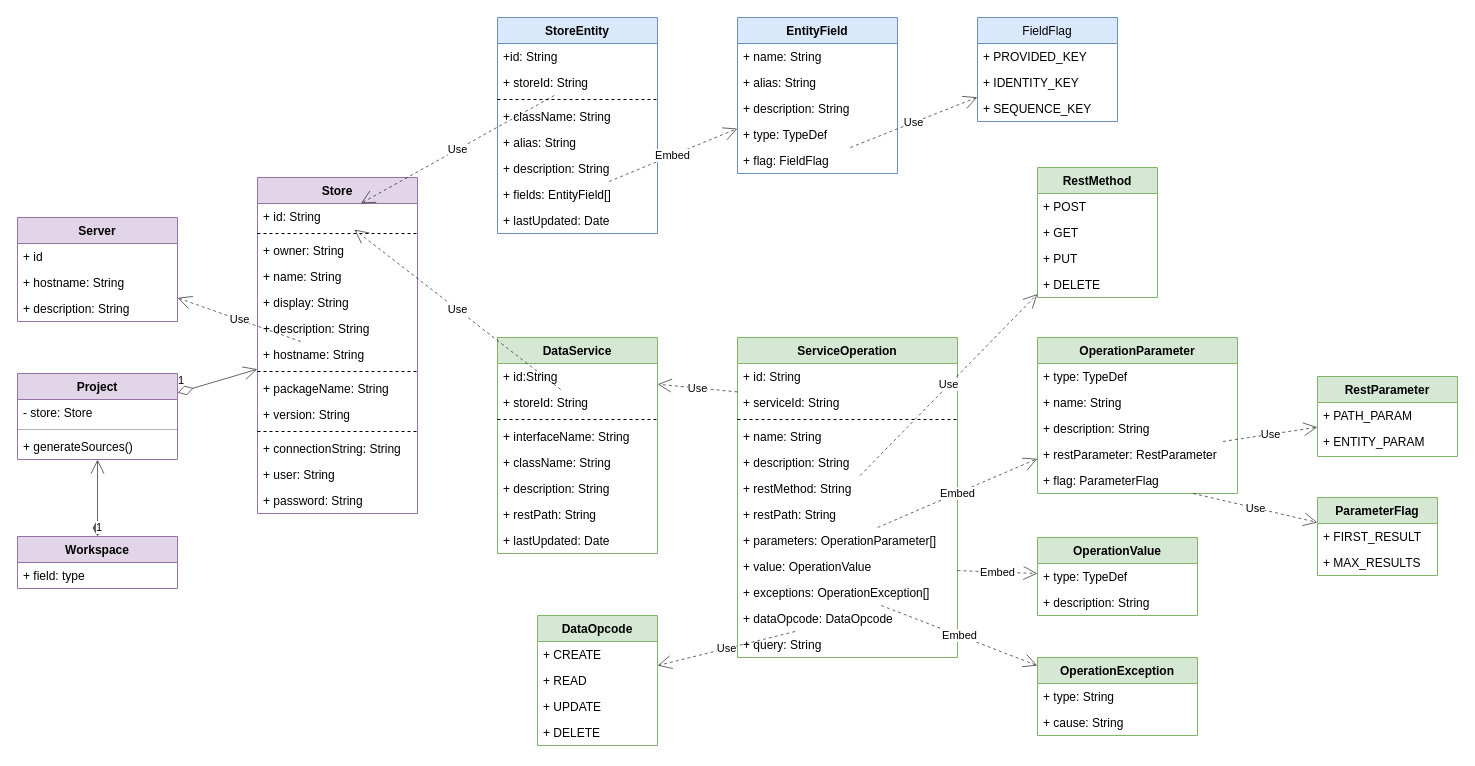
Above: doc/diagrams.drawio in js-lib-com/tiny-store (draw.io), before the change. Source tidied: cells renumbered, new cells numbered last; positions are measured from the earlier drawing's top-left corner, leaving out a move shared by most shapes. Both pictures are drawn from the tidied source at 100%, with x=0, y=0 at pixel (17, 17).
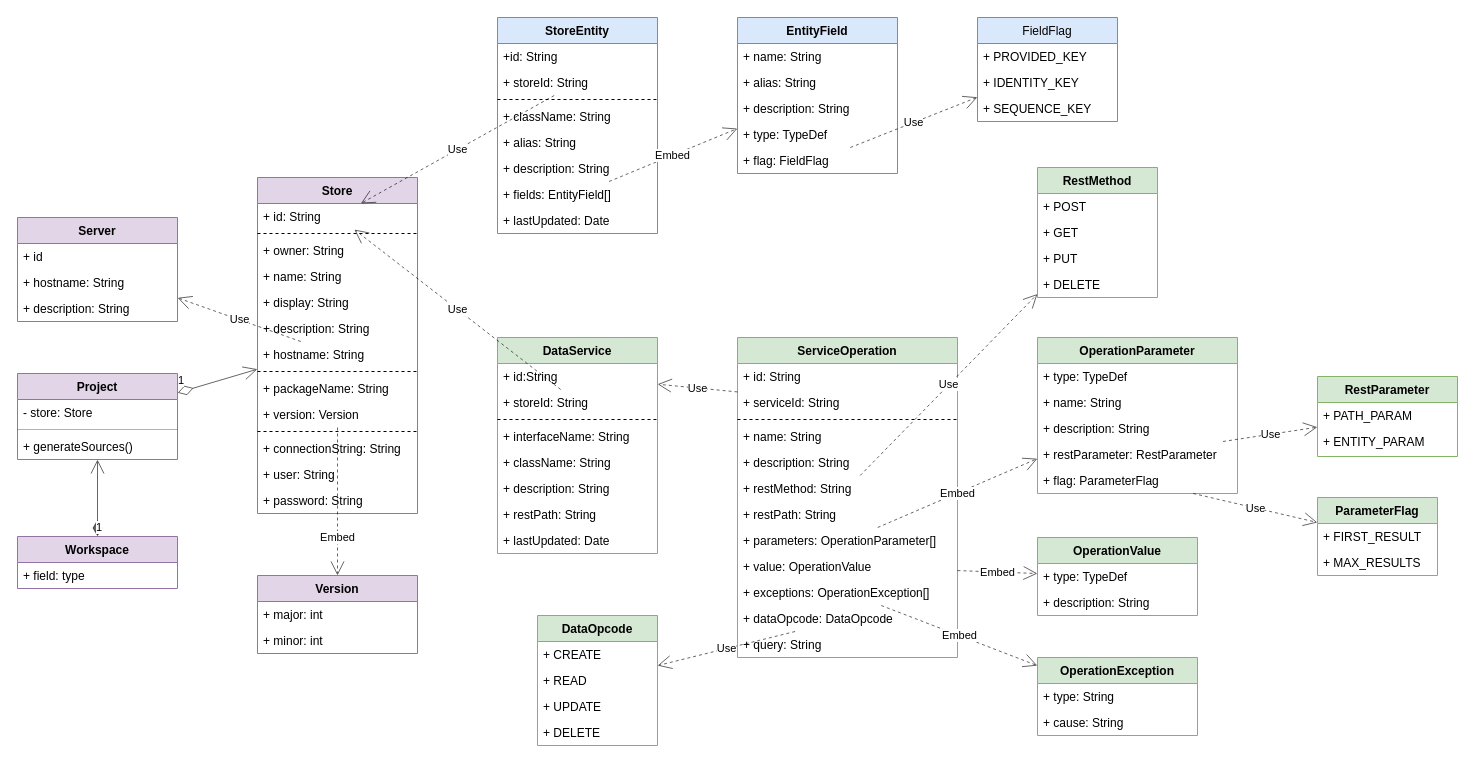
Above is the later version.

Unchanged cells that the change refers to:
```xml
<mxCell id="2" value="Store" style="swimlane;fontStyle=1;align=center;verticalAlign=top;horizontal=1;startSize=26;rounded=0;fillColor=#e1d5e7;strokeColor=#9673a6;" parent="1" vertex="1">
  <mxGeometry x="240" y="160" width="160" height="336" as="geometry" />
</mxCell>
```

Change to the diagram source:
```diff
@@
-    <mxCell id="12" value="+ version: String" style="text;strokeColor=none;fillColor=none;align=left;verticalAlign=top;spacingLeft=4;spacingRight=4;overflow=hidden;points=[[0,0.5],[1,0.5]];portConstraint=eastwest;rounded=0;opacity=30;" parent="2" vertex="1">
+    <mxCell id="12" value="+ version: Version" style="text;strokeColor=none;fillColor=none;align=left;verticalAlign=top;spacingLeft=4;spacingRight=4;overflow=hidden;points=[[0,0.5],[1,0.5]];portConstraint=eastwest;rounded=0;opacity=30;" parent="2" vertex="1">
       <mxGeometry y="224" width="160" height="26" as="geometry" />
     </mxCell>
@@
+    <mxCell id="111" value="Version" style="swimlane;fontStyle=1;align=center;verticalAlign=top;horizontal=1;startSize=26;fillColor=#e1d5e7;strokeColor=#9673a6;" parent="1" vertex="1">
+      <mxGeometry x="240" y="558" width="160" height="78" as="geometry" />
+    </mxCell>
+    <mxCell id="112" value="+ major: int" style="text;strokeColor=none;fillColor=none;align=left;verticalAlign=top;spacingLeft=4;spacingRight=4;overflow=hidden;" parent="111" vertex="1">
+      <mxGeometry y="26" width="160" height="26" as="geometry" />
+    </mxCell>
+    <mxCell id="113" value="+ minor: int" style="text;strokeColor=none;fillColor=none;align=left;verticalAlign=top;spacingLeft=4;spacingRight=4;overflow=hidden;" parent="111" vertex="1">
+      <mxGeometry y="52" width="160" height="26" as="geometry" />
+    </mxCell>
+    <mxCell id="114" value="Embed" style="endArrow=open;endSize=12;dashed=1;html=1;rounded=0;opacity=60;" parent="1" edge="1" source="12" target="111">
+      <mxGeometry x="0.49" relative="1" as="geometry" />
+    </mxCell>
```
